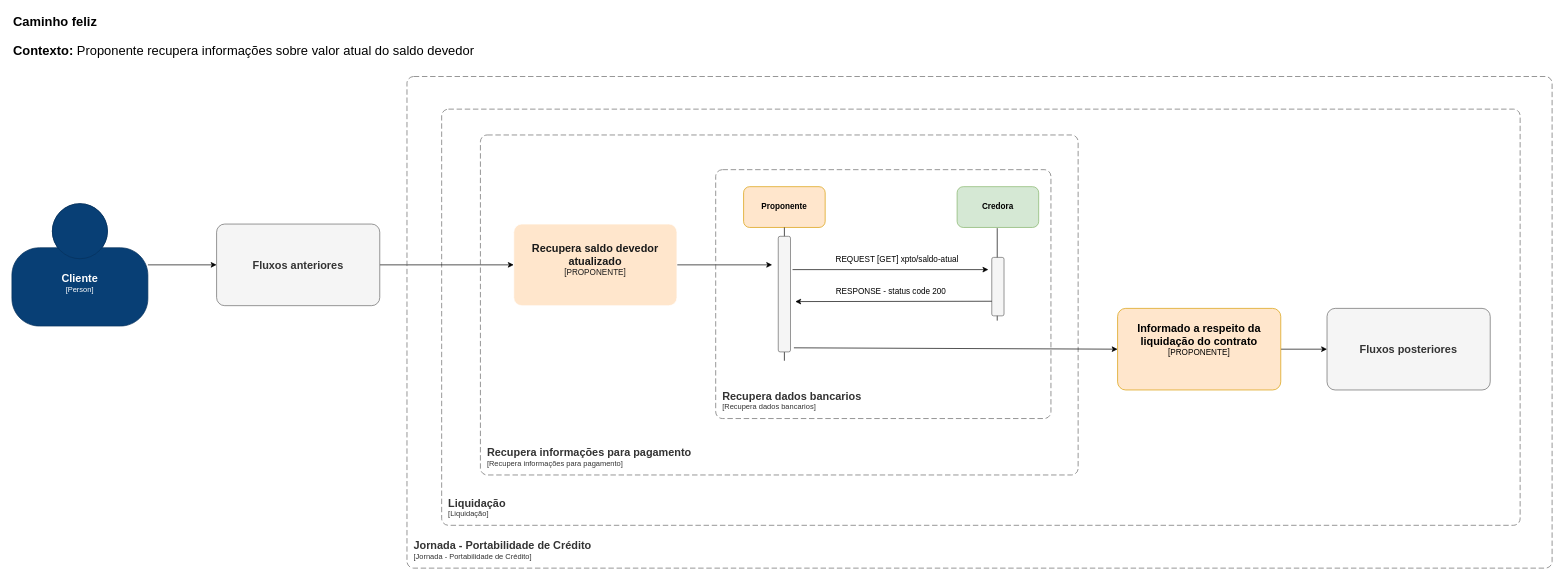
andreferreiratrindade/portabilidade_credito_draw keeps this draw.io diagram as page "Recupera dados bancarios" (23 of 26) of portabilidade_credito.drawio. Above is the earlier version. Source tidied: cells renumbered, new cells numbered last; positions are measured from the earlier drawing's top-left corner, leaving out a move shared by most shapes. Both pictures are drawn from the tidied source at 68%, with x=0, y=0 at pixel (12, 12).
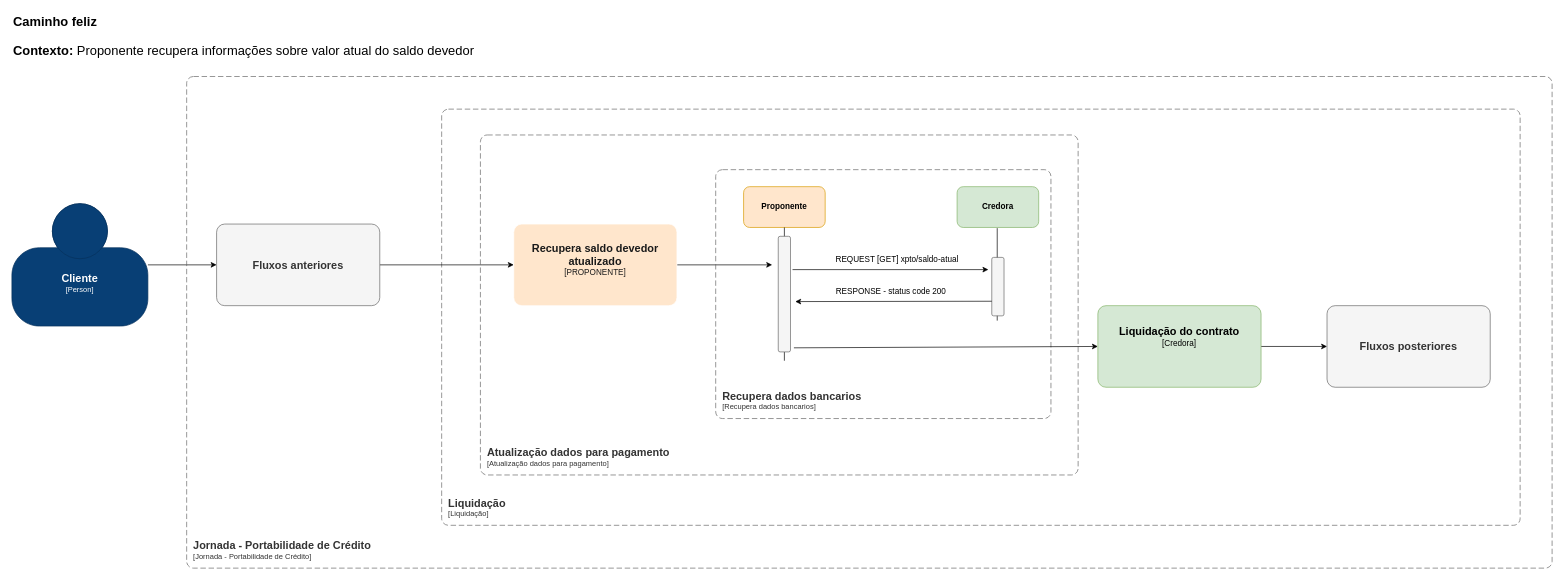
The same page after the edit.

Commit message (it also covers changes not shown here):
Add - Fluxo de Dados para pagamento

The edit, as a diff of the source:
```diff
@@
-    <object id="12" label="&lt;font style=&quot;font-size: 16px&quot;&gt;&lt;b&gt;&lt;div style=&quot;text-align: left&quot;&gt;%c4Name%&lt;/div&gt;&lt;/b&gt;&lt;/font&gt;&lt;div style=&quot;text-align: left&quot;&gt;[%c4Application%]&lt;/div&gt;" c4Application="Recupera informações para pagamento" c4Name="Recupera informações para pagamento" placeholders="1">
+    <object id="12" label="&lt;font style=&quot;font-size: 16px&quot;&gt;&lt;b&gt;&lt;div style=&quot;text-align: left&quot;&gt;%c4Name%&lt;/div&gt;&lt;/b&gt;&lt;/font&gt;&lt;div style=&quot;text-align: left&quot;&gt;[%c4Application%]&lt;/div&gt;" c4Application="Atualização dados para pagamento" c4Name="Atualização dados para pagamento" placeholders="1">
       <mxCell style="rounded=1;fontSize=11;whiteSpace=wrap;html=1;dashed=1;arcSize=20;fillColor=none;strokeColor=#666666;fontColor=#333333;labelBackgroundColor=none;align=left;verticalAlign=bottom;labelBorderColor=none;spacingTop=0;spacing=10;dashPattern=8 4;perimeter=rectanglePerimeter;noLabel=0;labelPadding=0;absoluteArcSize=1;" parent="1" vertex="1">
         <mxGeometry x="689" y="181" width="879" height="500" as="geometry" />
       </mxCell>
     </object>
@@
     <object id="23" label="&lt;font style=&quot;font-size: 16px&quot;&gt;&lt;b&gt;&lt;div style=&quot;text-align: left&quot;&gt;%c4Name%&lt;/div&gt;&lt;/b&gt;&lt;/font&gt;&lt;div style=&quot;text-align: left&quot;&gt;[%c4Application%]&lt;/div&gt;" c4Application="Jornada - Portabilidade de Crédito" c4Name="Jornada - Portabilidade de Crédito" placeholders="1">
       <mxCell style="rounded=1;fontSize=11;whiteSpace=wrap;html=1;dashed=1;arcSize=20;fillColor=none;strokeColor=#666666;fontColor=#333333;labelBackgroundColor=none;align=left;verticalAlign=bottom;labelBorderColor=none;spacingTop=0;spacing=10;dashPattern=8 4;perimeter=rectanglePerimeter;noLabel=0;labelPadding=0;absoluteArcSize=1;" parent="1" vertex="1">
-        <mxGeometry x="581" y="95" width="1684" height="723" as="geometry" />
+        <mxGeometry x="257" y="95" width="2008" height="723" as="geometry" />
       </mxCell>
     </object>
     <object id="24" label="&lt;font style=&quot;font-size: 16px&quot;&gt;&lt;b&gt;%c4Name%&lt;/b&gt;&lt;/font&gt;&lt;br&gt;&lt;div&gt;&lt;font style=&quot;font-size: 11px&quot;&gt;&lt;font color=&quot;#cccccc&quot;&gt;%c4Description%&lt;/font&gt;&lt;/div&gt;" c4Description="" c4Name="Fluxos posteriores" placeholders="1">
       <mxCell style="rounded=1;whiteSpace=wrap;html=1;labelBackgroundColor=none;fillColor=#f5f5f5;fontColor=#333333;align=center;arcSize=10;strokeColor=#666666;points=[[0.25,0,0],[0.5,0,0],[0.75,0,0],[1,0.25,0],[1,0.5,0],[1,0.75,0],[0.75,1,0],[0.5,1,0],[0.25,1,0],[0,0.75,0],[0,0.5,0],[0,0.25,0]];" parent="1" vertex="1">
-        <mxGeometry x="1934" y="436" width="240" height="120" as="geometry" />
+        <mxGeometry x="1934" y="432" width="240" height="120" as="geometry" />
       </mxCell>
     </object>
-    <mxCell id="25" style="edgeStyle=none;html=1;entryX=0;entryY=0.5;entryDx=0;entryDy=0;entryPerimeter=0;" parent="1" edge="1" target="27">
+    <mxCell id="25" style="edgeStyle=none;html=1;entryX=0;entryY=0.5;entryDx=0;entryDy=0;entryPerimeter=0;" parent="1" edge="1" target="28">
       <mxGeometry relative="1" as="geometry">
         <mxPoint x="1150" y="494" as="sourcePoint" />
       </mxGeometry>
     </mxCell>
-    <mxCell id="26" style="edgeStyle=none;html=1;entryX=0;entryY=0.5;entryDx=0;entryDy=0;entryPerimeter=0;" parent="1" edge="1" source="27" target="24">
+    <mxCell id="26" style="edgeStyle=none;html=1;entryX=0;entryY=0.5;entryDx=0;entryDy=0;entryPerimeter=0;exitX=1;exitY=0.5;exitDx=0;exitDy=0;exitPerimeter=0;" parent="1" edge="1" source="28" target="24">
       <mxGeometry relative="1" as="geometry" />
     </mxCell>
-    <object id="27" label="&lt;font style=&quot;font-size: 16px&quot;&gt;&lt;b&gt;%c4Name%&lt;/b&gt;&lt;/font&gt;&lt;div&gt;[%c4Type%]&lt;/div&gt;&lt;br&gt;&lt;div&gt;&lt;font style=&quot;font-size: 11px&quot;&gt;&lt;font&gt;%c4Description%&lt;/font&gt;&lt;/font&gt;&lt;/div&gt;" c4Description="&#10;" c4Name="Informado a respeito da liquidação do contrato" c4Type="PROPONENTE" placeholders="1">
-      <mxCell style="rounded=1;whiteSpace=wrap;html=1;labelBackgroundColor=none;fillColor=#ffe6cc;align=center;arcSize=10;strokeColor=#d79b00;points=[[0.25,0,0],[0.5,0,0],[0.75,0,0],[1,0.25,0],[1,0.5,0],[1,0.75,0],[0.75,1,0],[0.5,1,0],[0.25,1,0],[0,0.75,0],[0,0.5,0],[0,0.25,0]];" parent="1" vertex="1">
-        <mxGeometry x="1626" y="436" width="240" height="120" as="geometry" />
-      </mxCell>
-    </object>
+    <object id="28" label="&lt;font style=&quot;font-size: 16px&quot;&gt;&lt;b&gt;%c4Name%&lt;/b&gt;&lt;/font&gt;&lt;div&gt;[%c4Type%]&lt;/div&gt;&lt;br&gt;&lt;div&gt;&lt;font style=&quot;font-size: 11px&quot;&gt;&lt;font&gt;%c4Description%&lt;/font&gt;&lt;/font&gt;&lt;/div&gt;" c4Description="&#10;" c4Name="Liquidação do contrato" c4Type="Credora" placeholders="1">
+      <mxCell style="rounded=1;whiteSpace=wrap;html=1;labelBackgroundColor=none;fillColor=#d5e8d4;align=center;arcSize=10;strokeColor=#82b366;points=[[0.25,0,0],[0.5,0,0],[0.75,0,0],[1,0.25,0],[1,0.5,0],[1,0.75,0],[0.75,1,0],[0.5,1,0],[0.25,1,0],[0,0.75,0],[0,0.5,0],[0,0.25,0]];" parent="1" vertex="1">
+        <mxGeometry x="1597" y="432" width="240" height="120" as="geometry" />
+      </mxCell>
+    </object>
```
